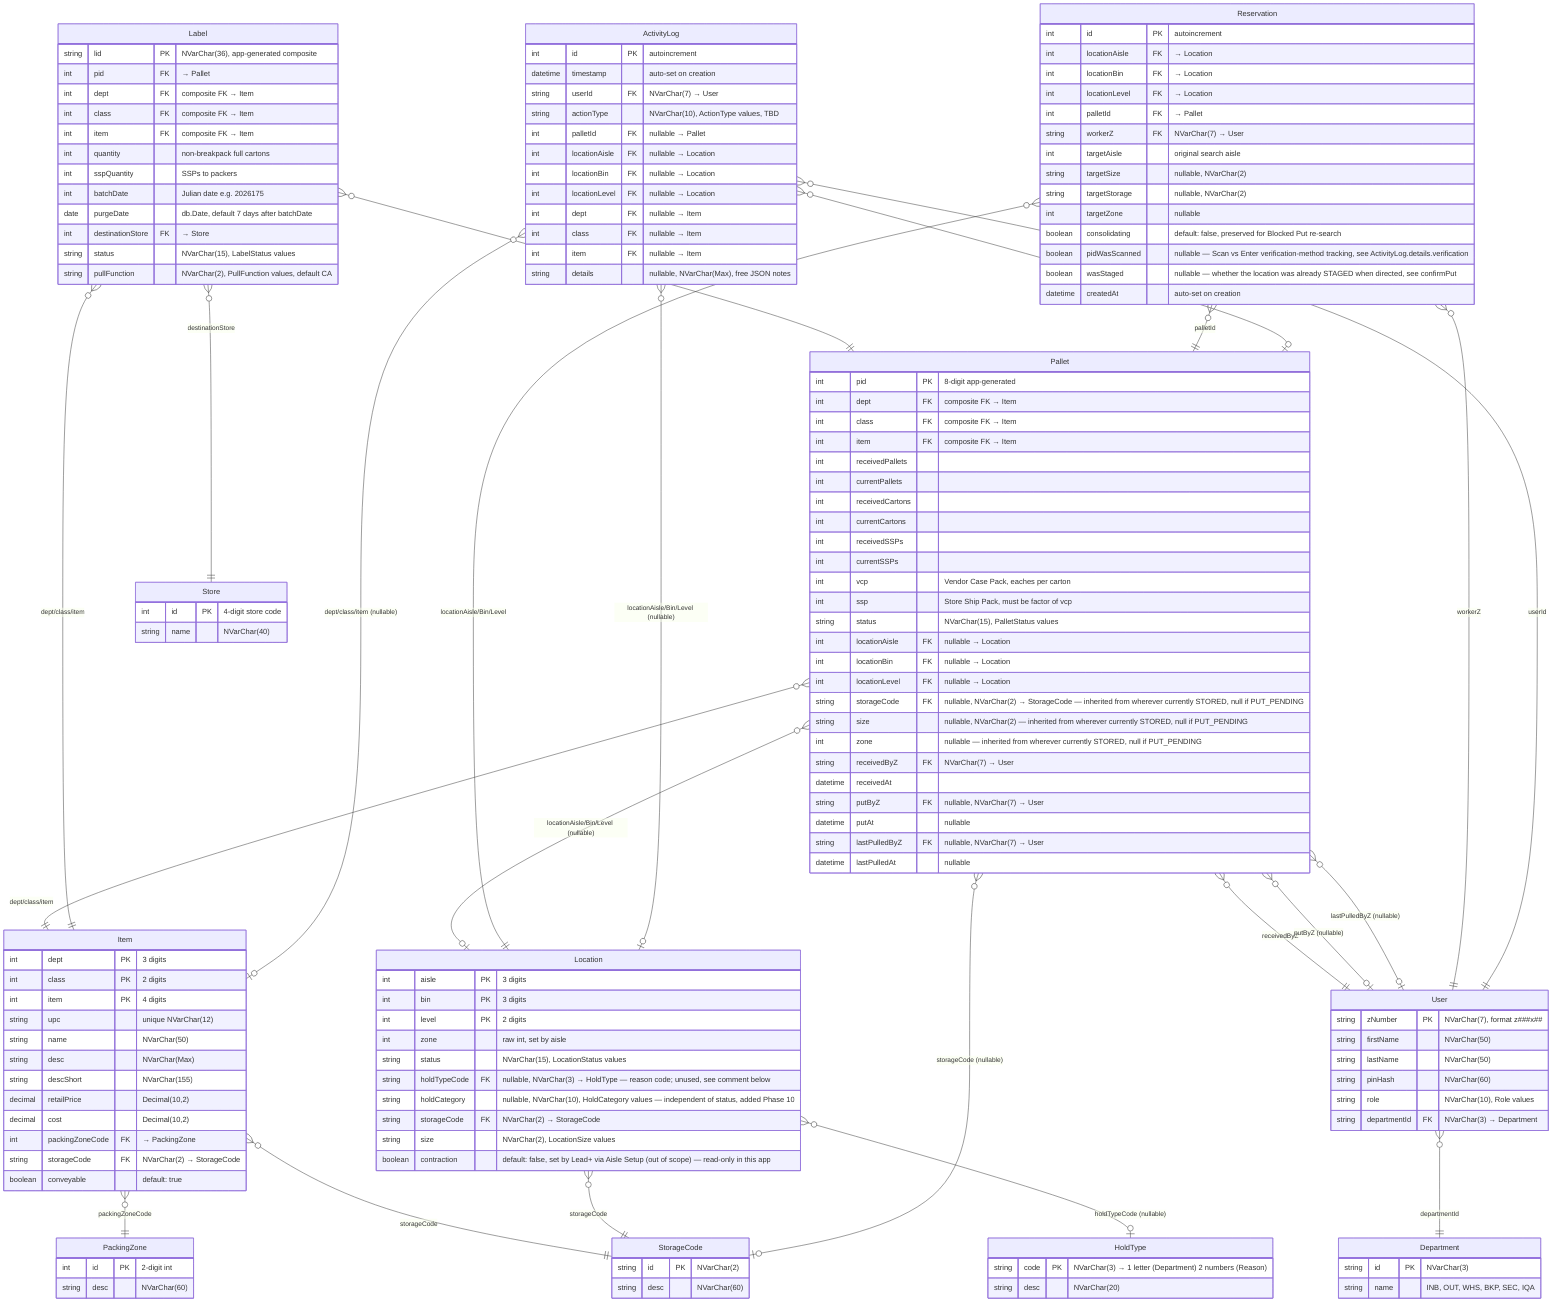
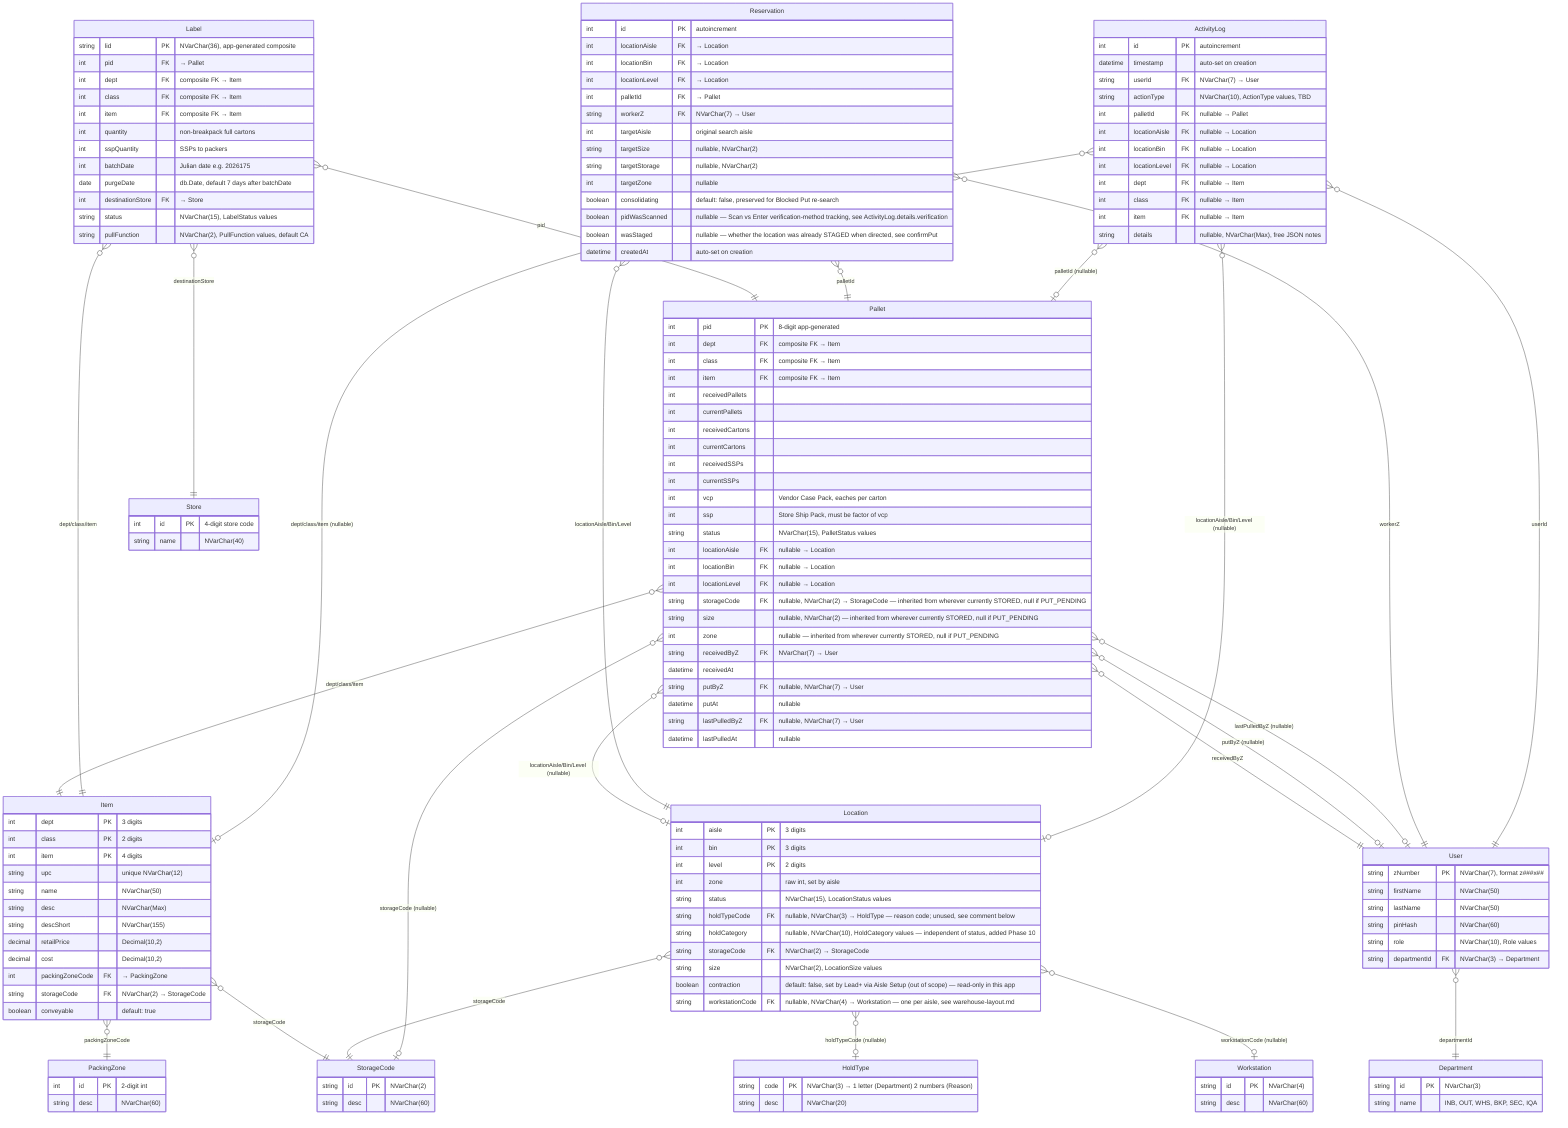
erDiagram

    %% ============================================================
    %% COMPOSITE PRIMARY KEYS (Prisma @@id — not expressible in ERD)
    %% ============================================================
    %% Item:     @@id([dept, class, item], name: "DPCI")
    %% Location: @@id([aisle, bin, level], name: "LocationID")
    %% ============================================================
    %% ENUMS — stored as NVarChar strings (Prisma v7 SQL Server does not support enum blocks)
    %% LocationStatus: EMPTY, STORED, PULL_PENDING, RESERVED, STAGED                                           → NVarChar(15)
    %% HoldCategory:   HOLD_IN, HOLD_OUT, HOLD_BOTH, HOLD_PERM (Location.holdCategory, independent of status)   → NVarChar(10)
    %% LocationSize:   XS, HS, S, M, L                                                                         → NVarChar(2)
    %% PalletStatus:   PUT_PENDING, STORED, PULL_PENDING, PULLED, CANCELED (open — expand as needed)           → NVarChar(15)
    %% LabelStatus:    AVAILABLE, PRINTED, PULLED, DIVERTED, CANCELED, PURGED                                  → NVarChar(15)
    %% PullFunction:   CA (Carton Air), CF (Carton Floor), FP (Full Pallet), BK (Bulk/level-0, not in demo)   → NVarChar(2)
    %% Role:           ADMIN, MANAGER, LEAD, IM, WORKER                                                        → NVarChar(10)
    %% ActionType:     EDIT_PAL, PULL, RESERVE, PUT, UNASSIGN, BLOCK_PUT, RES_TMOUT, MNP_SCAN, STAGE, RESTAGE,
    %%                 HOLD_PLACE, HOLD_CLEAR, REINSTATE                                                       → NVarChar(10)
    %% ============================================================
    %% BUSINESS RULES
    %% SSP must be a factor of VCP (enforced in app logic, not schema)
    %% LID format: {storeCode(1-4)}{DPCI(9)}{pid(8)}{random(8)}{batchDate(7)} = NVarChar(36)
    %% DPCI(9) is zero-padded: dept(3) + class(2) + item(4)
    %% pid: app-generated 8-digit Int with collision check
    %% zNumber format: z###x## (z + 3 digits + 1 letter + 2 digits) = NVarChar(7)
    %% PurgeDate defaults to 7 days after batchDate, set at label creation in app logic
    %% Status change to PURGED triggered in app logic on purge date
    %% ActionType enum must be defined and expanded as features are built
    %% Location.holdTypeCode (reason-code FK) is unpopulated — WLH.md states the reason
    %% code is written only to ActivityLog.details, never stored as a column (Phase 10)
    %% ============================================================

    Item {
        int dept PK "3 digits"
        int class PK "2 digits"
        int item PK "4 digits"
        string upc "unique NVarChar(12)"
        string name "NVarChar(50)"
        string desc "NVarChar(Max)"
        string descShort "NVarChar(155)"
        decimal retailPrice "Decimal(10,2)"
        decimal cost "Decimal(10,2)"
        int packingZoneCode FK "→ PackingZone"
        string storageCode FK "NVarChar(2) → StorageCode"
        boolean conveyable "default: true"
    }

    PackingZone {
        int id PK "2-digit int"
        string desc "NVarChar(60)"
    }

    StorageCode {
        string id PK "NVarChar(2)"
        string desc "NVarChar(60)"
    }

+     Workstation {
+         string id PK "NVarChar(4)"
+         string desc "NVarChar(60)"
+     }
+ 
    Location {
        int aisle PK "3 digits"
        int bin PK "3 digits"
        int level PK "2 digits"
        int zone "raw int, set by aisle"
        string status "NVarChar(15), LocationStatus values"
        string holdTypeCode FK "nullable, NVarChar(3) → HoldType — reason code; unused, see comment below"
        string holdCategory "nullable, NVarChar(10), HoldCategory values — independent of status, added Phase 10"
        string storageCode FK "NVarChar(2) → StorageCode"
        string size "NVarChar(2), LocationSize values"
        boolean contraction "default: false, set by Lead+ via Aisle Setup (out of scope) — read-only in this app"
+         string workstationCode FK "nullable, NVarChar(4) → Workstation — one per aisle, see warehouse-layout.md"
    }

    HoldType {
        string code PK "NVarChar(3) → 1 letter (Department) 2 numbers (Reason)"
        string desc "NVarChar(20)"
    }

    Pallet {
        int pid PK "8-digit app-generated"
        int dept FK "composite FK → Item"
        int class FK "composite FK → Item"
        int item FK "composite FK → Item"
        int receivedPallets
        int currentPallets
        int receivedCartons
        int currentCartons
        int receivedSSPs
        int currentSSPs
        int vcp "Vendor Case Pack, eaches per carton"
        int ssp "Store Ship Pack, must be factor of vcp"
        string status "NVarChar(15), PalletStatus values"
        int locationAisle FK "nullable → Location"
        int locationBin FK "nullable → Location"
        int locationLevel FK "nullable → Location"
        string storageCode FK "nullable, NVarChar(2) → StorageCode — inherited from wherever currently STORED, null if PUT_PENDING"
        string size "nullable, NVarChar(2) — inherited from wherever currently STORED, null if PUT_PENDING"
        int zone "nullable — inherited from wherever currently STORED, null if PUT_PENDING"
        string receivedByZ FK "NVarChar(7) → User"
        datetime receivedAt
        string putByZ FK "nullable, NVarChar(7) → User"
        datetime putAt "nullable"
        string lastPulledByZ FK "nullable, NVarChar(7) → User"
        datetime lastPulledAt "nullable"
    }

    Label {
        string lid PK "NVarChar(36), app-generated composite"
        int pid FK "→ Pallet"
        int dept FK "composite FK → Item"
        int class FK "composite FK → Item"
        int item FK "composite FK → Item"
        int quantity "non-breakpack full cartons"
        int sspQuantity "SSPs to packers"
        int batchDate "Julian date e.g. 2026175"
        date purgeDate "db.Date, default 7 days after batchDate"
        int destinationStore FK "→ Store"
        string status "NVarChar(15), LabelStatus values"
        string pullFunction "NVarChar(2), PullFunction values, default CA"
    }

    Store {
        int id PK "4-digit store code"
        string name "NVarChar(40)"
    }

    User {
        string zNumber PK "NVarChar(7), format z###x##"
        string firstName "NVarChar(50)"
        string lastName "NVarChar(50)"
        string pinHash "NVarChar(60)"
        string role "NVarChar(10), Role values"
        string departmentId FK "NVarChar(3) → Department"
    }

    Department {
        string id PK "NVarChar(3)"
        string name "INB, OUT, WHS, BKP, SEC, IQA"
    }

    Reservation {
        int id PK "autoincrement"
        int locationAisle FK "→ Location"
        int locationBin FK "→ Location"
        int locationLevel FK "→ Location"
        int palletId FK "→ Pallet"
        string workerZ FK "NVarChar(7) → User"
        int targetAisle "original search aisle"
        string targetSize "nullable, NVarChar(2)"
        string targetStorage "nullable, NVarChar(2)"
        int targetZone "nullable"
        boolean consolidating "default: false, preserved for Blocked Put re-search"
        boolean pidWasScanned "nullable — Scan vs Enter verification-method tracking, see ActivityLog.details.verification"
        boolean wasStaged "nullable — whether the location was already STAGED when directed, see confirmPut"
        datetime createdAt "auto-set on creation"
    }

    ActivityLog {
        int id PK "autoincrement"
        datetime timestamp "auto-set on creation"
        string userId FK "NVarChar(7) → User"
        string actionType "NVarChar(10), ActionType values, TBD"
        int palletId FK "nullable → Pallet"
        int locationAisle FK "nullable → Location"
        int locationBin FK "nullable → Location"
        int locationLevel FK "nullable → Location"
        int dept FK "nullable → Item"
        int class FK "nullable → Item"
        int item FK "nullable → Item"
        string details "nullable, NVarChar(Max), free JSON notes"
    }

    %% ============================================================
    %% RELATIONS
    %% ============================================================

    Item }o--|| PackingZone : "packingZoneCode"
    Item }o--|| StorageCode : "storageCode"

    Location }o--o| HoldType : "holdTypeCode (nullable)"
    Location }o--|| StorageCode : "storageCode"
+     Location }o--o| Workstation : "workstationCode (nullable)"

    Pallet }o--|| Item : "dept/class/item"
    Pallet }o--o| Location : "locationAisle/Bin/Level (nullable)"
    Pallet }o--o| StorageCode : "storageCode (nullable)"
    Pallet }o--|| User : "receivedByZ"
    Pallet }o--o| User : "putByZ (nullable)"
    Pallet }o--o| User : "lastPulledByZ (nullable)"

    Label }o--|| Pallet : "pid"
    Label }o--|| Item : "dept/class/item"
    Label }o--|| Store : "destinationStore"

    User }o--|| Department : "departmentId"

    Reservation }o--|| Location : "locationAisle/Bin/Level"
    Reservation }o--|| Pallet : "palletId"
    Reservation }o--|| User : "workerZ"

    ActivityLog }o--|| User : "userId"
    ActivityLog }o--o| Pallet : "palletId (nullable)"
    ActivityLog }o--o| Location : "locationAisle/Bin/Level (nullable)"
    ActivityLog }o--o| Item : "dept/class/item (nullable)"
